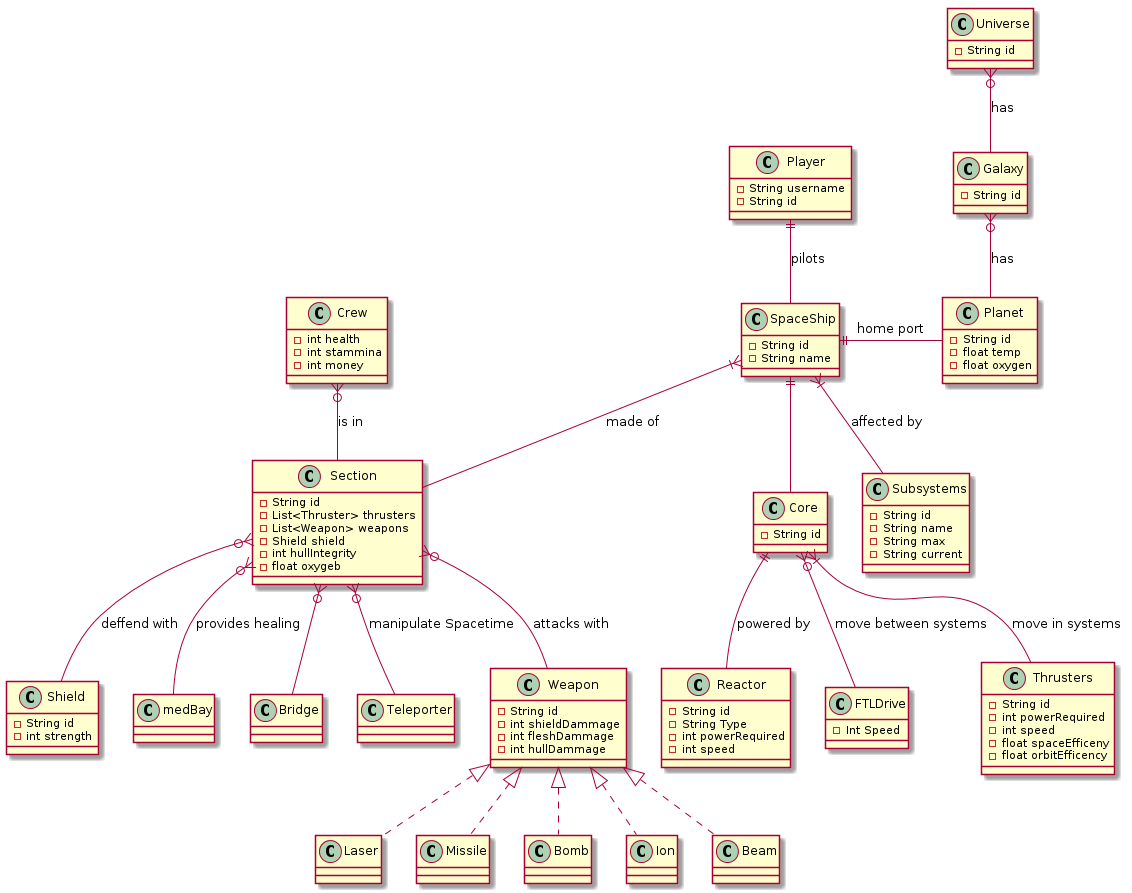
This is docs/raumschiff.png from ksreyr/SpaceStudio, a PlantUML export, as it was before one commit.
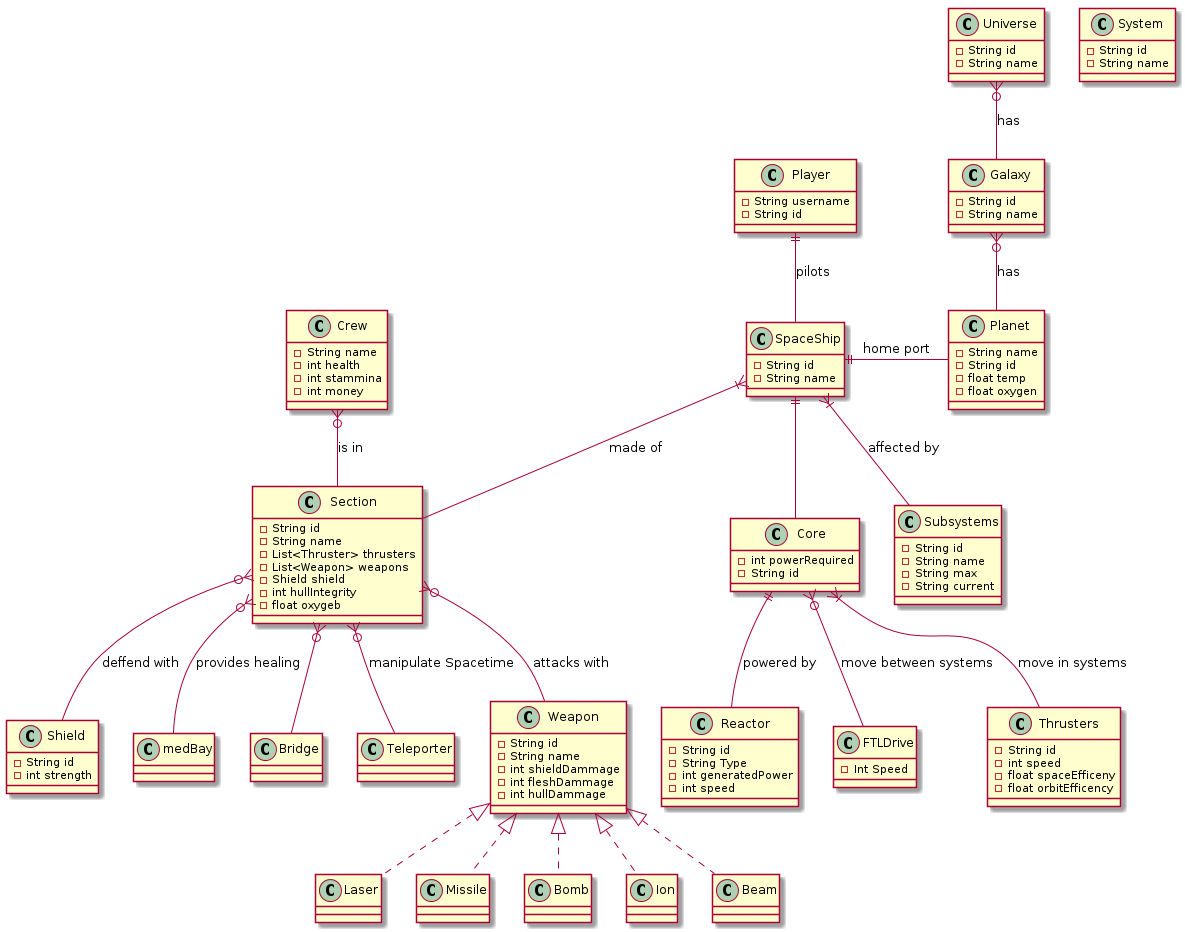
After the change.

The edit, as a diff of the source:
```diff
@@ -5,13 +5,14 @@
 }
 
 class Core {
+  - int powerRequired
   - String id
 }
 
 class Reactor {
   - String id
   - String Type
-  - int powerRequired
+  - int generatedPower
   - int speed
 }
 
@@ -33,6 +34,7 @@
 
 class Section {
   - String id
+  - String name
   - List<Thruster> thrusters
   - List<Weapon> weapons
   - Shield shield
@@ -46,17 +48,17 @@
 
 class Thrusters {
   - String id
-   - int powerRequired
-   - int speed
-   - float spaceEfficeny
-   - float orbitEfficency
+  - int speed
+  - float spaceEfficeny
+  - float orbitEfficency
 }
 
 class Weapon {
   - String id
-    - int shieldDammage
-    - int fleshDammage
-    - int hullDammage
+  - String name
+  - int shieldDammage
+  - int fleshDammage
+  - int hullDammage
 }
 
 class Laser
@@ -67,9 +69,10 @@
 
 
 class Crew {
-   - int health
-   - int stammina
-   - int money
+  - String name
+  - int health
+  - int stammina
+  - int money
 
 }
 
@@ -81,13 +84,21 @@
 
 class Universe {
    - String id
+   - String name
 }
 
 class Galaxy {
    - String id
+   - String name
+}
+
+class System {
+   - String id
+   - String name
 }
 
 class Planet {
+   - String name
    - String id
    - float temp
    - float oxygen
```
